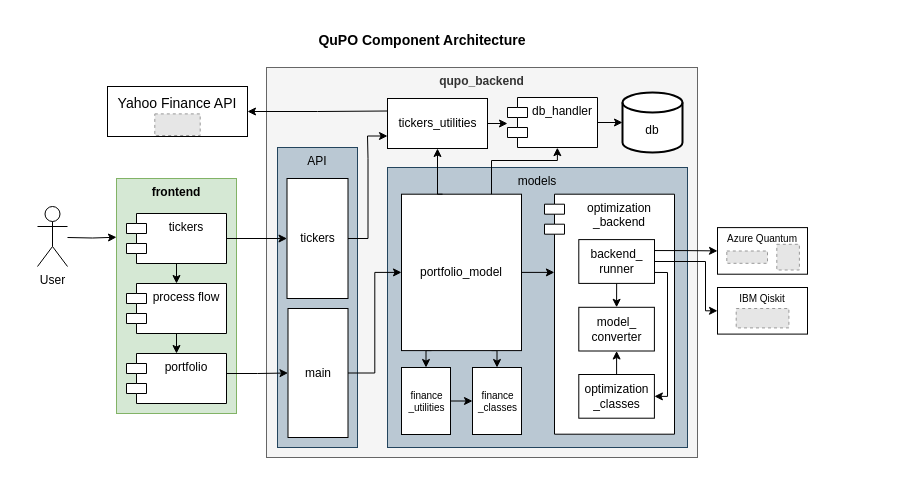
Before: docs/arch/component_arch.drawio in openkfw/qupo, a draw.io diagram. Source tidied: cells renumbered, new cells numbered last; positions are measured from the earlier drawing's top-left corner, leaving out a move shared by most shapes. Both pictures are drawn from the tidied source at 100%, with x=0, y=0 at pixel (17, 17). Pictures stored in the file or linked from it are replaced by grey dashed boxes.
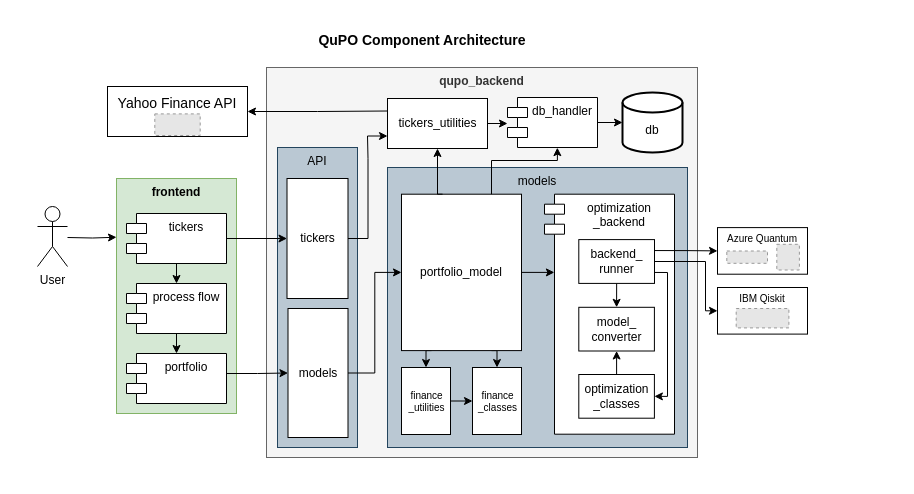
The same diagram, later.

Change to the diagram source:
```diff
@@
-    <mxCell id="44" value="main" style="rounded=0;whiteSpace=wrap;html=1;" parent="1" vertex="1">
+    <mxCell id="44" value="models" style="rounded=0;whiteSpace=wrap;html=1;" parent="1" vertex="1">
       <mxGeometry x="270.5" y="291" width="60" height="129" as="geometry" />
     </mxCell>
```
